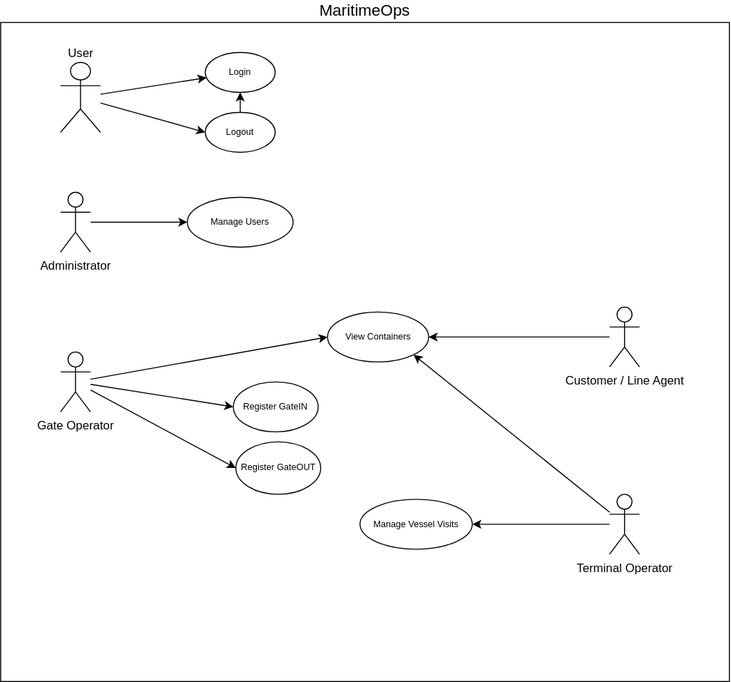
The draw.io diagram MaritimeOps_UseCase_v2.svg in alyersin/PROIECT-LICENTA, before a commit. Source tidied: cells renumbered, new cells last; positions are measured from the earlier drawing's top-left corner, leaving out a move shared by most shapes.
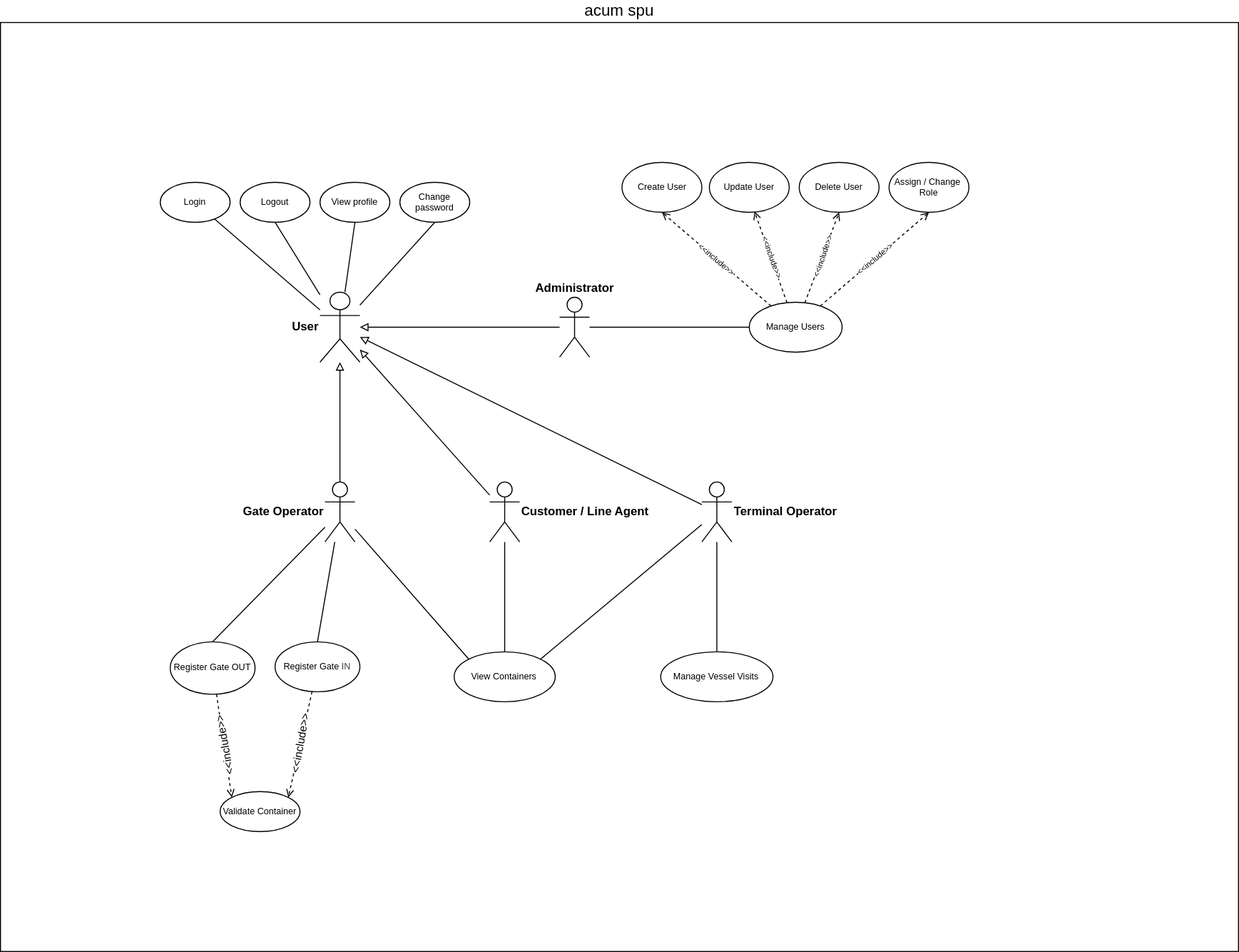
The same file after the commit.

Change to the diagram source:
```diff
@@ -2,74 +2,148 @@
   <root>
     <mxCell id="0" />
     <mxCell id="1" parent="0" />
-    <mxCell id="2" value="MaritimeOps" style="rounded=0;whiteSpace=wrap;html=1;labelPosition=center;verticalLabelPosition=top;align=center;verticalAlign=bottom;fontSize=16;" parent="1" vertex="1">
-      <mxGeometry width="730" height="660" as="geometry" />
+    <mxCell id="2" value="acum spu" style="rounded=0;whiteSpace=wrap;html=1;labelPosition=center;verticalLabelPosition=top;align=center;verticalAlign=bottom;fontSize=16;" parent="1" vertex="1">
+      <mxGeometry x="-260" y="-230" width="1240" height="930" as="geometry" />
     </mxCell>
-    <mxCell id="3" style="edgeStyle=none;html=1;entryX=0;entryY=0.5;entryDx=0;entryDy=0;" parent="1" edge="1" source="4" target="17">
+    <mxCell id="3" style="edgeStyle=none;html=1;entryX=0;entryY=0.5;entryDx=0;entryDy=0;endArrow=none;endFill=0;" parent="1" edge="1" source="4" target="17">
       <mxGeometry relative="1" as="geometry" />
     </mxCell>
+    <mxCell id="25" style="edgeStyle=none;html=1;endArrow=block;endFill=0;" parent="1" edge="1" source="4" target="23">
+      <mxGeometry relative="1" as="geometry" />
+    </mxCell>
-    <mxCell id="4" value="Administrator" style="shape=umlActor;verticalLabelPosition=bottom;verticalAlign=top;html=1;" parent="1" vertex="1">
-      <mxGeometry x="60" y="170" width="30" height="60" as="geometry" />
+    <mxCell id="4" value="Administrator" style="shape=umlActor;verticalLabelPosition=top;verticalAlign=bottom;html=1;labelPosition=center;align=center;fontStyle=1;" parent="1" vertex="1">
+      <mxGeometry x="300" y="45" width="30" height="60" as="geometry" />
     </mxCell>
-    <mxCell id="5" style="edgeStyle=none;html=1;entryX=0;entryY=0.5;entryDx=0;entryDy=0;" parent="1" edge="1" source="7" target="18">
+    <mxCell id="5" style="edgeStyle=none;html=1;entryX=0.5;entryY=0;entryDx=0;entryDy=0;endArrow=none;endFill=0;" parent="1" edge="1" source="7" target="18">
       <mxGeometry relative="1" as="geometry" />
     </mxCell>
-    <mxCell id="6" style="edgeStyle=none;html=1;entryX=0;entryY=0.5;entryDx=0;entryDy=0;" parent="1" edge="1" source="7" target="19">
+    <mxCell id="6" style="edgeStyle=none;html=1;entryX=0.5;entryY=0;entryDx=0;entryDy=0;endArrow=none;endFill=0;" parent="1" edge="1" source="7" target="19">
       <mxGeometry relative="1" as="geometry" />
     </mxCell>
+    <mxCell id="26" style="edgeStyle=none;html=1;endArrow=block;endFill=0;" parent="1" edge="1" source="7" target="23">
+      <mxGeometry relative="1" as="geometry" />
+    </mxCell>
-    <mxCell id="7" value="Gate Operator" style="shape=umlActor;verticalLabelPosition=bottom;verticalAlign=top;html=1;" parent="1" vertex="1">
-      <mxGeometry x="60" y="330" width="30" height="60" as="geometry" />
+    <mxCell id="7" value="Gate Operator" style="shape=umlActor;verticalLabelPosition=middle;verticalAlign=middle;html=1;labelPosition=left;align=right;fontStyle=1;" parent="1" vertex="1">
+      <mxGeometry x="65" y="230" width="30" height="60" as="geometry" />
     </mxCell>
-    <mxCell id="8" style="edgeStyle=none;html=1;entryX=1;entryY=1;entryDx=0;entryDy=0;" parent="1" edge="1" source="10" target="16">
+    <mxCell id="8" style="edgeStyle=none;html=1;entryX=1;entryY=0;entryDx=0;entryDy=0;endArrow=none;endFill=0;" parent="1" edge="1" source="10" target="16">
       <mxGeometry relative="1" as="geometry" />
     </mxCell>
-    <mxCell id="9" style="edgeStyle=none;html=1;entryX=1;entryY=0.5;entryDx=0;entryDy=0;" parent="1" edge="1" source="10" target="20">
+    <mxCell id="9" style="edgeStyle=none;html=1;endArrow=none;endFill=0;" parent="1" edge="1" source="10" target="20">
       <mxGeometry relative="1" as="geometry" />
     </mxCell>
+    <mxCell id="27" style="edgeStyle=none;html=1;endArrow=block;endFill=0;" parent="1" edge="1" source="10" target="23">
+      <mxGeometry relative="1" as="geometry" />
+    </mxCell>
-    <mxCell id="10" value="Terminal Operator" style="shape=umlActor;verticalLabelPosition=bottom;verticalAlign=top;html=1;" parent="1" vertex="1">
-      <mxGeometry x="610" y="472.5" width="30" height="60" as="geometry" />
+    <mxCell id="10" value="Terminal Operator" style="shape=umlActor;verticalLabelPosition=middle;verticalAlign=middle;html=1;labelPosition=right;align=left;fontStyle=1;" parent="1" vertex="1">
+      <mxGeometry x="442.5" y="230" width="30" height="60" as="geometry" />
     </mxCell>
-    <mxCell id="11" style="edgeStyle=none;html=1;entryX=1;entryY=0.5;entryDx=0;entryDy=0;" parent="1" edge="1" source="12" target="16">
+    <mxCell id="11" style="edgeStyle=none;html=1;endArrow=none;endFill=0;entryX=0.5;entryY=0;entryDx=0;entryDy=0;" parent="1" edge="1" source="12" target="16">
       <mxGeometry relative="1" as="geometry" />
     </mxCell>
+    <mxCell id="28" style="edgeStyle=none;html=1;endArrow=block;endFill=0;" parent="1" edge="1" source="12" target="23">
+      <mxGeometry relative="1" as="geometry" />
+    </mxCell>
-    <mxCell id="12" value="Customer / Line Agent" style="shape=umlActor;verticalLabelPosition=bottom;verticalAlign=top;html=1;" parent="1" vertex="1">
-      <mxGeometry x="610" y="285" width="30" height="60" as="geometry" />
+    <mxCell id="12" value="Customer / Line Agent" style="shape=umlActor;verticalLabelPosition=middle;verticalAlign=middle;html=1;labelPosition=right;align=left;fontStyle=1;" parent="1" vertex="1">
+      <mxGeometry x="230" y="230" width="30" height="60" as="geometry" />
     </mxCell>
     <mxCell id="13" value="Login" style="ellipse;whiteSpace=wrap;html=1;fontSize=9;" parent="1" vertex="1">
-      <mxGeometry x="205" y="30" width="70" height="40" as="geometry" />
+      <mxGeometry x="-100" y="-70" width="70" height="40" as="geometry" />
     </mxCell>
-    <mxCell id="14" style="edgeStyle=none;html=1;" parent="1" edge="1" source="15" target="13">
-      <mxGeometry relative="1" as="geometry" />
-    </mxCell>
     <mxCell id="15" value="Logout" style="ellipse;whiteSpace=wrap;html=1;fontSize=9;" parent="1" vertex="1">
-      <mxGeometry x="205" y="90" width="70" height="40" as="geometry" />
+      <mxGeometry x="-20" y="-70" width="70" height="40" as="geometry" />
     </mxCell>
     <mxCell id="16" value="View Containers" style="ellipse;whiteSpace=wrap;html=1;fontSize=9;" parent="1" vertex="1">
-      <mxGeometry x="327.5" y="290" width="101.2" height="50" as="geometry" />
+      <mxGeometry x="194.4" y="400" width="101.2" height="50" as="geometry" />
     </mxCell>
+    <mxCell id="29" style="edgeStyle=none;html=1;entryX=0.5;entryY=1;entryDx=0;entryDy=0;endArrow=open;endFill=0;dashed=1;" parent="1" edge="1" source="17" target="46">
+      <mxGeometry relative="1" as="geometry" />
+    </mxCell>
+    <mxCell id="30" value="&amp;lt;&amp;lt;include&amp;gt;&amp;gt;" style="edgeLabel;html=1;align=center;verticalAlign=middle;fontSize=8;rotation=320;" parent="29" vertex="1">
+      <mxGeometry relative="1" as="geometry" />
+    </mxCell>
+    <mxCell id="31" style="edgeStyle=none;html=1;entryX=0.5;entryY=1;entryDx=0;entryDy=0;endArrow=open;endFill=0;dashed=1;" parent="1" edge="1" source="17" target="45">
+      <mxGeometry relative="1" as="geometry" />
+    </mxCell>
+    <mxCell id="32" value="&amp;lt;&amp;lt;include&amp;gt;&amp;gt;" style="edgeLabel;html=1;align=center;verticalAlign=middle;fontSize=8;rotation=289;" parent="31" vertex="1">
+      <mxGeometry relative="1" as="geometry" />
+    </mxCell>
+    <mxCell id="33" style="edgeStyle=none;html=1;entryX=0.5;entryY=1;entryDx=0;entryDy=0;endArrow=open;endFill=0;dashed=1;" parent="1" edge="1" source="17" target="43">
+      <mxGeometry relative="1" as="geometry" />
+    </mxCell>
+    <mxCell id="34" value="&amp;lt;&amp;lt;include&amp;gt;&amp;gt;" style="edgeLabel;html=1;align=center;verticalAlign=middle;rotation=40;fontSize=8;" parent="33" vertex="1">
+      <mxGeometry relative="1" as="geometry" />
+    </mxCell>
     <mxCell id="17" value="Manage Users" style="ellipse;whiteSpace=wrap;html=1;fontSize=9;" parent="1" vertex="1">
-      <mxGeometry x="187" y="175" width="105.9" height="50" as="geometry" />
+      <mxGeometry x="490" y="50" width="93" height="50" as="geometry" />
     </mxCell>
+    <mxCell id="35" style="edgeStyle=none;html=1;entryX=1;entryY=0;entryDx=0;entryDy=0;endArrow=open;endFill=0;dashed=1;" parent="1" edge="1" source="18" target="49">
+      <mxGeometry relative="1" as="geometry" />
+    </mxCell>
+    <mxCell id="36" value="&amp;lt;&amp;lt;include&amp;gt;&amp;gt;" style="edgeLabel;html=1;align=center;verticalAlign=middle;rotation=280;" parent="35" vertex="1">
+      <mxGeometry relative="1" as="geometry" />
+    </mxCell>
-    <mxCell id="18" value="Register GateIN" style="ellipse;whiteSpace=wrap;html=1;fontSize=9;" parent="1" vertex="1">
-      <mxGeometry x="233.1" y="360" width="85" height="50" as="geometry" />
+    <mxCell id="18" value="Register Gate&amp;nbsp;&lt;span style=&quot;color: rgb(63, 63, 63); background-color: transparent;&quot;&gt;IN&lt;/span&gt;" style="ellipse;whiteSpace=wrap;html=1;fontSize=9;" parent="1" vertex="1">
+      <mxGeometry x="15" y="390" width="85" height="50" as="geometry" />
     </mxCell>
+    <mxCell id="37" style="edgeStyle=none;html=1;entryX=0;entryY=0;entryDx=0;entryDy=0;endArrow=open;endFill=0;dashed=1;" parent="1" edge="1" source="19" target="49">
+      <mxGeometry relative="1" as="geometry" />
+    </mxCell>
+    <mxCell id="38" value="&amp;lt;&amp;lt;include&amp;gt;&amp;gt;" style="edgeLabel;html=1;align=center;verticalAlign=middle;rotation=260;" parent="37" vertex="1">
+      <mxGeometry relative="1" as="geometry" />
+    </mxCell>
-    <mxCell id="19" value="Register GateOUT" style="ellipse;whiteSpace=wrap;html=1;fontSize=9;" parent="1" vertex="1">
-      <mxGeometry x="235.6" y="420" width="85" height="52.5" as="geometry" />
+    <mxCell id="19" value="Register Gate OUT" style="ellipse;whiteSpace=wrap;html=1;fontSize=9;" parent="1" vertex="1">
+      <mxGeometry x="-90" y="390" width="85" height="52.5" as="geometry" />
     </mxCell>
     <mxCell id="20" value="Manage Vessel Visits" style="ellipse;whiteSpace=wrap;html=1;fontSize=9;" parent="1" vertex="1">
-      <mxGeometry x="360" y="477.5" width="112.5" height="50" as="geometry" />
+      <mxGeometry x="401.2" y="400" width="112.5" height="50" as="geometry" />
     </mxCell>
-    <mxCell id="21" style="edgeStyle=none;html=1;" parent="1" edge="1" source="23" target="13">
+    <mxCell id="21" style="edgeStyle=none;html=1;endArrow=none;endFill=0;" parent="1" edge="1" source="23" target="13">
       <mxGeometry relative="1" as="geometry" />
     </mxCell>
-    <mxCell id="22" style="edgeStyle=none;html=1;entryX=0;entryY=0.5;entryDx=0;entryDy=0;" parent="1" edge="1" source="23" target="15">
+    <mxCell id="22" style="edgeStyle=none;html=1;entryX=0.5;entryY=1;entryDx=0;entryDy=0;endArrow=none;endFill=0;" parent="1" edge="1" source="23" target="15">
       <mxGeometry relative="1" as="geometry" />
     </mxCell>
+    <mxCell id="39" style="edgeStyle=none;html=1;entryX=0.5;entryY=1;entryDx=0;entryDy=0;endArrow=none;endFill=0;" parent="1" edge="1" source="23" target="41">
+      <mxGeometry relative="1" as="geometry" />
+    </mxCell>
+    <mxCell id="40" style="edgeStyle=none;html=1;entryX=0.5;entryY=1;entryDx=0;entryDy=0;endArrow=none;endFill=0;" parent="1" edge="1" source="23" target="42">
+      <mxGeometry relative="1" as="geometry" />
+    </mxCell>
-    <mxCell id="23" value="User" style="shape=umlActor;verticalLabelPosition=top;verticalAlign=bottom;html=1;outlineConnect=0;labelPosition=center;align=center;" parent="1" vertex="1">
+    <mxCell id="23" value="User" style="shape=umlActor;verticalLabelPosition=middle;verticalAlign=middle;html=1;outlineConnect=0;labelPosition=left;align=right;fontStyle=1;" parent="1" vertex="1">
       <mxGeometry x="60" y="40" width="40" height="70" as="geometry" />
     </mxCell>
-    <mxCell id="24" style="edgeStyle=none;html=1;entryX=0;entryY=0.5;entryDx=0;entryDy=0;" parent="1" edge="1" source="7" target="16">
+    <mxCell id="24" style="edgeStyle=none;html=1;entryX=0;entryY=0;entryDx=0;entryDy=0;endArrow=none;endFill=0;" parent="1" edge="1" source="7" target="16">
       <mxGeometry relative="1" as="geometry" />
     </mxCell>
+    <mxCell id="41" value="View profile" style="ellipse;whiteSpace=wrap;html=1;fontSize=9;" parent="1" vertex="1">
+      <mxGeometry x="60" y="-70" width="70" height="40" as="geometry" />
+    </mxCell>
+    <mxCell id="42" value="Change password" style="ellipse;whiteSpace=wrap;html=1;fontSize=9;" parent="1" vertex="1">
+      <mxGeometry x="140" y="-70" width="70" height="40" as="geometry" />
+    </mxCell>
+    <mxCell id="43" value="Create User" style="ellipse;whiteSpace=wrap;html=1;fontSize=9;" parent="1" vertex="1">
+      <mxGeometry x="362.5" y="-90" width="80" height="50" as="geometry" />
+    </mxCell>
+    <mxCell id="44" value="Update User" style="ellipse;whiteSpace=wrap;html=1;fontSize=9;" parent="1" vertex="1">
+      <mxGeometry x="450" y="-90" width="80" height="50" as="geometry" />
+    </mxCell>
+    <mxCell id="45" value="Delete User" style="ellipse;whiteSpace=wrap;html=1;fontSize=9;" parent="1" vertex="1">
+      <mxGeometry x="540" y="-90" width="80" height="50" as="geometry" />
+    </mxCell>
+    <mxCell id="46" value="Assign / Change&amp;nbsp;&lt;div&gt;Role&lt;/div&gt;" style="ellipse;whiteSpace=wrap;html=1;fontSize=9;" parent="1" vertex="1">
+      <mxGeometry x="630" y="-90" width="80" height="50" as="geometry" />
+    </mxCell>
+    <mxCell id="47" style="edgeStyle=none;html=1;entryX=0.565;entryY=0.982;entryDx=0;entryDy=0;entryPerimeter=0;endArrow=open;endFill=0;dashed=1;" parent="1" edge="1" source="17" target="44">
+      <mxGeometry relative="1" as="geometry" />
+    </mxCell>
+    <mxCell id="48" value="&amp;lt;&amp;lt;include&amp;gt;&amp;gt;" style="edgeLabel;html=1;align=center;verticalAlign=middle;rotation=70;fontSize=8;" parent="47" vertex="1">
+      <mxGeometry y="-1" relative="1" as="geometry">
+        <mxPoint x="1" as="offset" />
+      </mxGeometry>
+    </mxCell>
+    <mxCell id="49" value="Validate Container" style="ellipse;whiteSpace=wrap;html=1;fontSize=9;" parent="1" vertex="1">
+      <mxGeometry x="-40" y="540" width="80" height="40" as="geometry" />
+    </mxCell>
   </root>
 </mxGraphModel>
```
